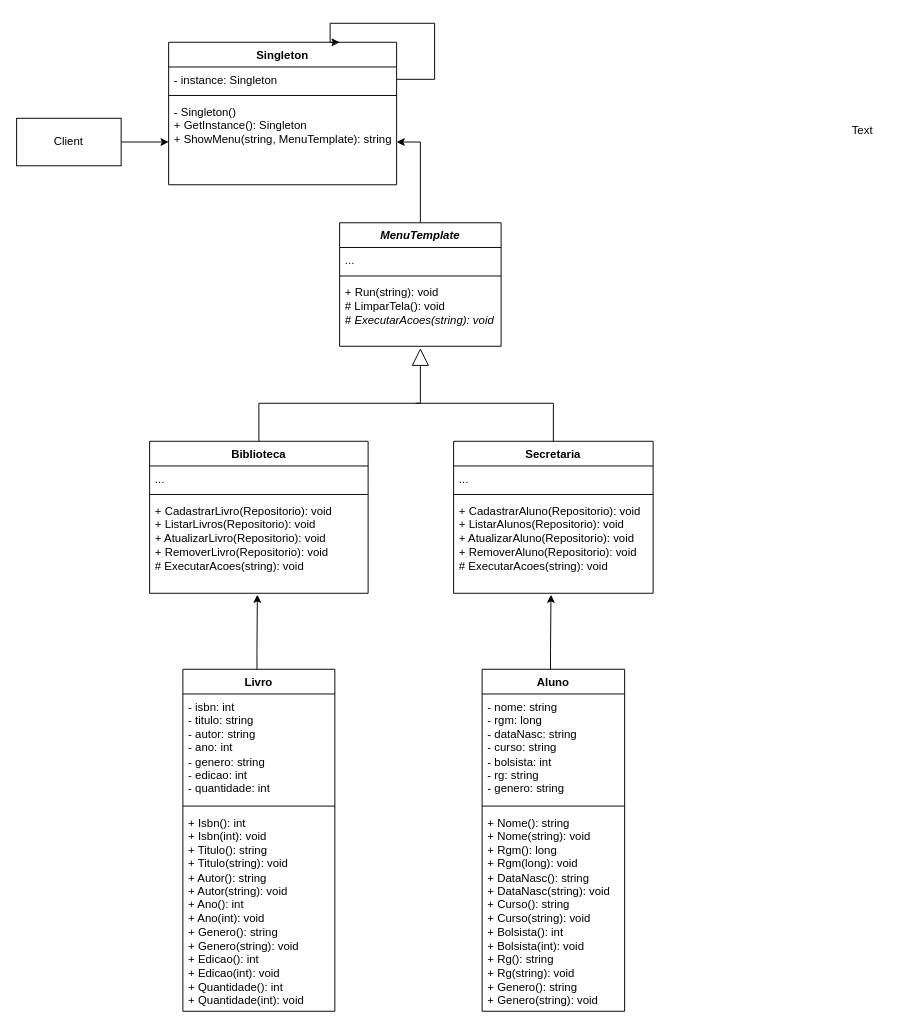
Above: Diagrama.drawio in GustavoHenriqueSchneider/DesignPatternUMC (draw.io), before the change. Source tidied: cells renumbered, new cells numbered last; positions are measured from the earlier drawing's top-left corner, leaving out a move shared by most shapes. Both pictures are drawn from the tidied source at 95%, with x=0, y=0 at pixel (16, 23).
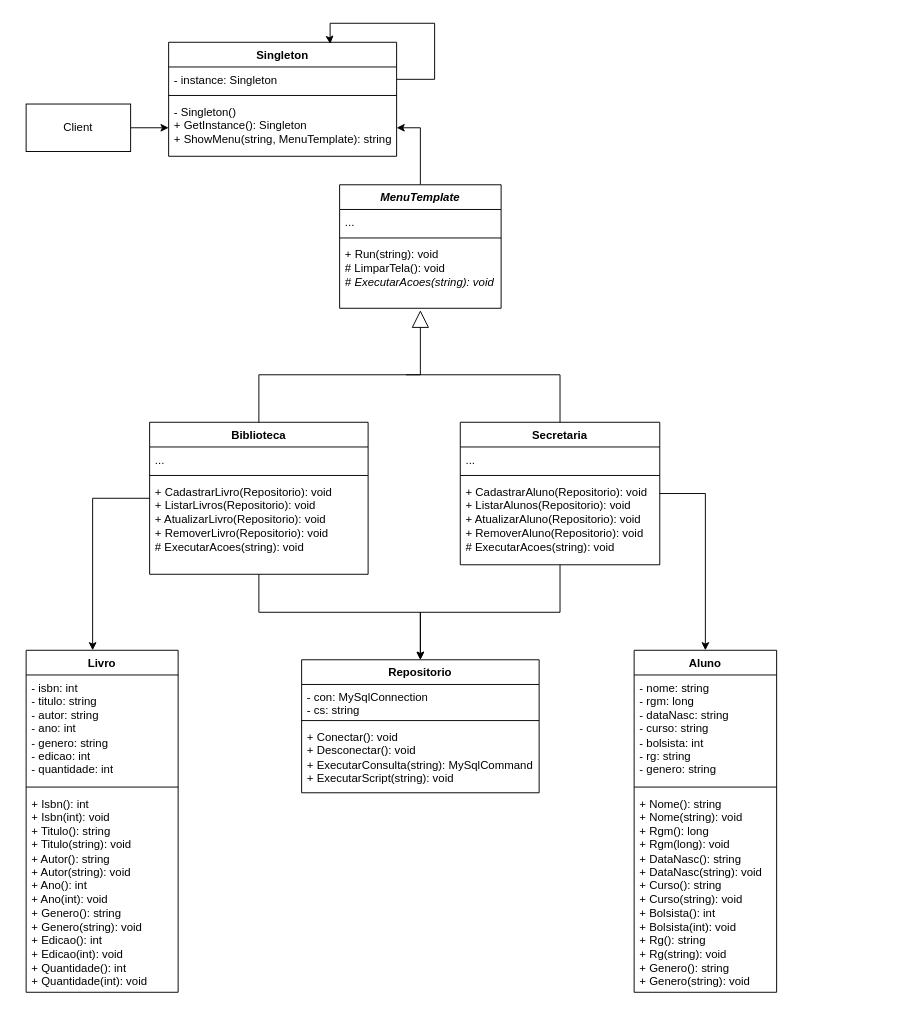
The same page after the edit.

The change refers to these unchanged cells:
```xml
<mxCell id="4" value="- instance: Singleton" style="text;strokeColor=none;fillColor=none;align=left;verticalAlign=top;spacingLeft=4;spacingRight=4;overflow=hidden;points=[[0,0.5],[1,0.5]];portConstraint=eastwest;whiteSpace=wrap;html=1;" parent="2" vertex="1">
  <mxGeometry y="26" width="240" height="26" as="geometry" />
</mxCell>
<mxCell id="13" value="+ Run(string): void&lt;div&gt;# LimparTela(): void&lt;/div&gt;&lt;div&gt;&lt;i&gt;#&lt;/i&gt; &lt;i&gt;ExecutarAcoes(string): void&lt;/i&gt;&lt;/div&gt;" style="text;strokeColor=none;fillColor=none;align=left;verticalAlign=top;spacingLeft=4;spacingRight=4;overflow=hidden;points=[[0,0.5],[1,0.5]];portConstraint=eastwest;whiteSpace=wrap;html=1;" parent="10" vertex="1">
  <mxGeometry y="60" width="170" height="70" as="geometry" />
</mxCell>
<mxCell id="17" value="+ CadastrarLivro(Repositorio): void&lt;div&gt;+ ListarLivros(Repositorio): void&lt;br&gt;&lt;/div&gt;&lt;div&gt;+ AtualizarLivro(Repositorio): void&lt;br&gt;&lt;/div&gt;&lt;div&gt;+ RemoverLivro(Repositorio): void&lt;br&gt;&lt;/div&gt;&lt;div&gt;# ExecutarAcoes(string): void&lt;/div&gt;" style="text;strokeColor=none;fillColor=none;align=left;verticalAlign=top;spacingLeft=4;spacingRight=4;overflow=hidden;points=[[0,0.5],[1,0.5]];portConstraint=eastwest;whiteSpace=wrap;html=1;" parent="14" vertex="1">
  <mxGeometry y="60" width="230" height="100" as="geometry" />
</mxCell>
```

What changed in the source:
```diff
@@
     <mxCell id="2" value="Singleton" style="swimlane;fontStyle=1;align=center;verticalAlign=top;horizontal=1;startSize=26;whiteSpace=wrap;html=1;" parent="1" vertex="1">
-      <mxGeometry x="160" y="20" width="240" height="150" as="geometry" />
+      <mxGeometry x="160" y="20" width="240" height="120" as="geometry" />
     </mxCell>
-    <mxCell id="3" style="edgeStyle=orthogonalEdgeStyle;rounded=0;jettySize=auto;html=1;exitX=1;exitY=0.5;exitDx=0;exitDy=0;entryX=0.75;entryY=0;entryDx=0;entryDy=0;" parent="2" edge="1" source="4" target="2">
+    <mxCell id="3" style="edgeStyle=orthogonalEdgeStyle;rounded=0;jettySize=auto;html=1;exitX=1;exitY=0.5;exitDx=0;exitDy=0;entryX=0.709;entryY=0.014;entryDx=0;entryDy=0;entryPerimeter=0;" parent="2" edge="1" source="4" target="2">
       <mxGeometry relative="1" as="geometry">
         <Array as="points">
           <mxPoint x="280" y="39" />
           <mxPoint x="280" y="-20" />
           <mxPoint x="170" y="-20" />
           <mxPoint x="170" />
         </Array>
       </mxGeometry>
     </mxCell>
@@
     <mxCell id="6" value="&lt;div&gt;- Singleton()&lt;/div&gt;+ GetInstance(): Singleton&lt;div&gt;+ ShowMenu(string, MenuTemplate): string&lt;/div&gt;" style="text;strokeColor=none;fillColor=none;align=left;verticalAlign=top;spacingLeft=4;spacingRight=4;overflow=hidden;points=[[0,0.5],[1,0.5]];portConstraint=eastwest;whiteSpace=wrap;html=1;" parent="2" vertex="1">
-      <mxGeometry y="60" width="240" height="90" as="geometry" />
+      <mxGeometry y="60" width="240" height="60" as="geometry" />
     </mxCell>
@@
     <mxCell id="8" value="Client" style="html=1;whiteSpace=wrap;" parent="1" vertex="1">
-      <mxGeometry y="100" width="110" height="50" as="geometry" />
+      <mxGeometry x="10" y="85" width="110" height="50" as="geometry" />
     </mxCell>
@@
     <mxCell id="10" value="&lt;i&gt;MenuTemplate&lt;/i&gt;" style="swimlane;fontStyle=1;align=center;verticalAlign=top;horizontal=1;startSize=26;whiteSpace=wrap;html=1;" parent="1" vertex="1">
-      <mxGeometry x="340" y="210" width="170" height="130" as="geometry" />
+      <mxGeometry x="340" y="170" width="170" height="130" as="geometry" />
     </mxCell>
@@
+    <mxCell id="35" style="edgeStyle=orthogonalEdgeStyle;rounded=0;jettySize=auto;html=1;" parent="1" edge="1" source="14" target="25">
+      <mxGeometry relative="1" as="geometry">
+        <Array as="points">
+          <mxPoint x="80" y="500" />
+        </Array>
+      </mxGeometry>
+    </mxCell>
+    <mxCell id="36" style="edgeStyle=orthogonalEdgeStyle;rounded=0;jettySize=auto;html=1;" parent="1" edge="1" source="14" target="39">
+      <mxGeometry relative="1" as="geometry">
+        <Array as="points">
+          <mxPoint x="255" y="620" />
+          <mxPoint x="425" y="620" />
+        </Array>
+      </mxGeometry>
+    </mxCell>
     <mxCell id="14" value="Biblioteca" style="swimlane;fontStyle=1;align=center;verticalAlign=top;horizontal=1;startSize=26;whiteSpace=wrap;html=1;" parent="1" vertex="1">
-      <mxGeometry x="140" y="440" width="230" height="160" as="geometry" />
+      <mxGeometry x="140" y="420" width="230" height="160" as="geometry" />
     </mxCell>
@@
+    <mxCell id="37" style="edgeStyle=orthogonalEdgeStyle;rounded=0;jettySize=auto;html=1;" parent="1" edge="1" source="18" target="29">
+      <mxGeometry relative="1" as="geometry">
+        <Array as="points">
+          <mxPoint x="725" y="495" />
+        </Array>
+      </mxGeometry>
+    </mxCell>
+    <mxCell id="38" style="edgeStyle=orthogonalEdgeStyle;rounded=0;jettySize=auto;html=1;entryX=0.5;entryY=0;entryDx=0;entryDy=0;" parent="1" edge="1" source="18" target="39">
+      <mxGeometry relative="1" as="geometry">
+        <Array as="points">
+          <mxPoint x="572" y="620" />
+          <mxPoint x="425" y="620" />
+        </Array>
+      </mxGeometry>
+    </mxCell>
     <mxCell id="18" value="Secretaria" style="swimlane;fontStyle=1;align=center;verticalAlign=top;horizontal=1;startSize=26;whiteSpace=wrap;html=1;" parent="1" vertex="1">
-      <mxGeometry x="460" y="440" width="210" height="160" as="geometry" />
+      <mxGeometry x="467" y="420" width="210" height="150" as="geometry" />
     </mxCell>
@@
     <mxCell id="21" value="+ CadastrarAluno(Repositorio): void&lt;div&gt;+ ListarAlunos(Repositorio): void&lt;br&gt;&lt;/div&gt;&lt;div&gt;+ AtualizarAluno(Repositorio): void&lt;br&gt;&lt;/div&gt;&lt;div&gt;+ RemoverAluno(Repositorio): void&lt;br&gt;&lt;/div&gt;&lt;div&gt;# ExecutarAcoes(string): void&lt;br&gt;&lt;/div&gt;" style="text;strokeColor=none;fillColor=none;align=left;verticalAlign=top;spacingLeft=4;spacingRight=4;overflow=hidden;points=[[0,0.5],[1,0.5]];portConstraint=eastwest;whiteSpace=wrap;html=1;" parent="18" vertex="1">
-      <mxGeometry y="60" width="210" height="100" as="geometry" />
+      <mxGeometry y="60" width="210" height="90" as="geometry" />
     </mxCell>
     <mxCell id="22" style="endArrow=block;endSize=16;endFill=0;html=1;rounded=0;exitX=0.5;exitY=0;exitDx=0;exitDy=0;entryX=0.5;entryY=1.029;entryDx=0;entryDy=0;entryPerimeter=0;" parent="1" edge="1" source="14" target="13">
       <mxGeometry x="0.61" y="-43" relative="1" as="geometry">
         <Array as="points">
-          <mxPoint x="255" y="400" />
-          <mxPoint x="425" y="400" />
+          <mxPoint x="255" y="370" />
+          <mxPoint x="425" y="370" />
         </Array>
       </mxGeometry>
     </mxCell>
     <mxCell id="23" style="endArrow=none;html=1;edgeStyle=orthogonalEdgeStyle;rounded=0;entryX=0.5;entryY=0;entryDx=0;entryDy=0;" parent="1" edge="1" target="18">
       <mxGeometry relative="1" as="geometry">
-        <mxPoint x="420" y="400" as="sourcePoint" />
+        <mxPoint x="410" y="370" as="sourcePoint" />
         <Array as="points">
-          <mxPoint x="565" y="400" />
+          <mxPoint x="572" y="370" />
         </Array>
       </mxGeometry>
     </mxCell>
-    <mxCell id="24" value="Text" style="text;html=1;align=center;verticalAlign=middle;strokeColor=none;fillColor=none;" parent="1" vertex="1">
-      <mxGeometry x="865" y="98" width="50" height="30" as="geometry" />
-    </mxCell>
     <mxCell id="25" value="Livro" style="swimlane;fontStyle=1;align=center;verticalAlign=top;horizontal=1;startSize=26;whiteSpace=wrap;html=1;" parent="1" vertex="1">
-      <mxGeometry x="175" y="680" width="160" height="360" as="geometry" />
+      <mxGeometry x="10" y="660" width="160" height="360" as="geometry" />
     </mxCell>
@@
     <mxCell id="29" value="Aluno" style="swimlane;fontStyle=1;align=center;verticalAlign=top;horizontal=1;startSize=26;whiteSpace=wrap;html=1;" parent="1" vertex="1">
-      <mxGeometry x="490" y="680" width="150" height="360" as="geometry" />
+      <mxGeometry x="650" y="660" width="150" height="360" as="geometry" />
     </mxCell>
@@
-    <mxCell id="33" style="edgeStyle=orthogonalEdgeStyle;rounded=0;jettySize=auto;html=1;entryX=0.488;entryY=1.015;entryDx=0;entryDy=0;entryPerimeter=0;" parent="1" edge="1" source="29" target="21">
-      <mxGeometry relative="1" as="geometry">
-        <Array as="points">
-          <mxPoint x="562" y="660" />
-          <mxPoint x="562" y="660" />
-        </Array>
-      </mxGeometry>
-    </mxCell>
-    <mxCell id="34" style="edgeStyle=orthogonalEdgeStyle;rounded=0;jettySize=auto;html=1;entryX=0.493;entryY=1.015;entryDx=0;entryDy=0;entryPerimeter=0;" parent="1" edge="1" source="25" target="17">
-      <mxGeometry relative="1" as="geometry">
-        <Array as="points">
-          <mxPoint x="253" y="660" />
-          <mxPoint x="253" y="660" />
-        </Array>
-      </mxGeometry>
-    </mxCell>
+    <mxCell id="39" value="Repositorio" style="swimlane;fontStyle=1;align=center;verticalAlign=top;horizontal=1;startSize=26;whiteSpace=wrap;html=1;" parent="1" vertex="1">
+      <mxGeometry x="300" y="670" width="250" height="140" as="geometry" />
+    </mxCell>
+    <mxCell id="40" value="- con: MySqlConnection&lt;div&gt;- cs: string&lt;/div&gt;&lt;div&gt;&lt;br&gt;&lt;/div&gt;" style="text;strokeColor=none;fillColor=none;align=left;verticalAlign=top;spacingLeft=4;spacingRight=4;overflow=hidden;whiteSpace=wrap;html=1;" parent="39" vertex="1">
+      <mxGeometry y="26" width="250" height="34" as="geometry" />
+    </mxCell>
+    <mxCell id="41" style="line;strokeWidth=1;fillColor=none;align=left;verticalAlign=middle;spacingTop=-1;spacingLeft=3;spacingRight=3;labelPosition=right;strokeColor=inherit;" parent="39" vertex="1">
+      <mxGeometry y="60" width="250" height="8" as="geometry" />
+    </mxCell>
+    <mxCell id="42" value="+ Conectar(): void&lt;div&gt;+ Desconectar(): void&lt;br&gt;&lt;/div&gt;&lt;div&gt;+ ExecutarConsulta(string): MySqlCommand&lt;br&gt;&lt;/div&gt;&lt;div&gt;+ ExecutarScript(string): void&lt;/div&gt;" style="text;strokeColor=none;fillColor=none;align=left;verticalAlign=top;spacingLeft=4;spacingRight=4;overflow=hidden;whiteSpace=wrap;html=1;" parent="39" vertex="1">
+      <mxGeometry y="68" width="250" height="72" as="geometry" />
+    </mxCell>
```
